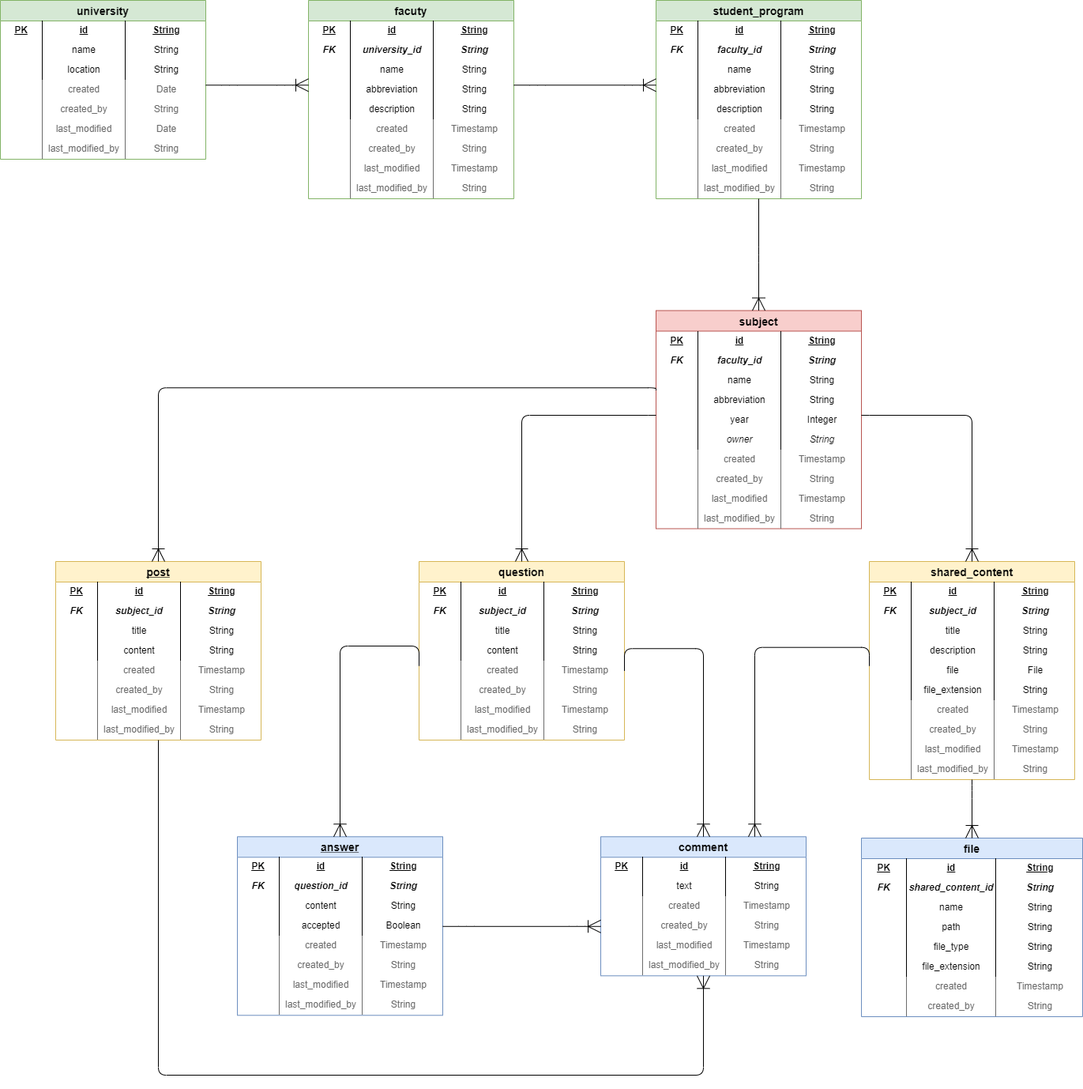
Earlier version of the draw.io export res/img/fri-pointer-db.png (fri-pointer/docs). Source tidied: cells renumbered, new cells last; positions are measured from the earlier drawing's top-left corner, leaving out a move shared by most shapes.
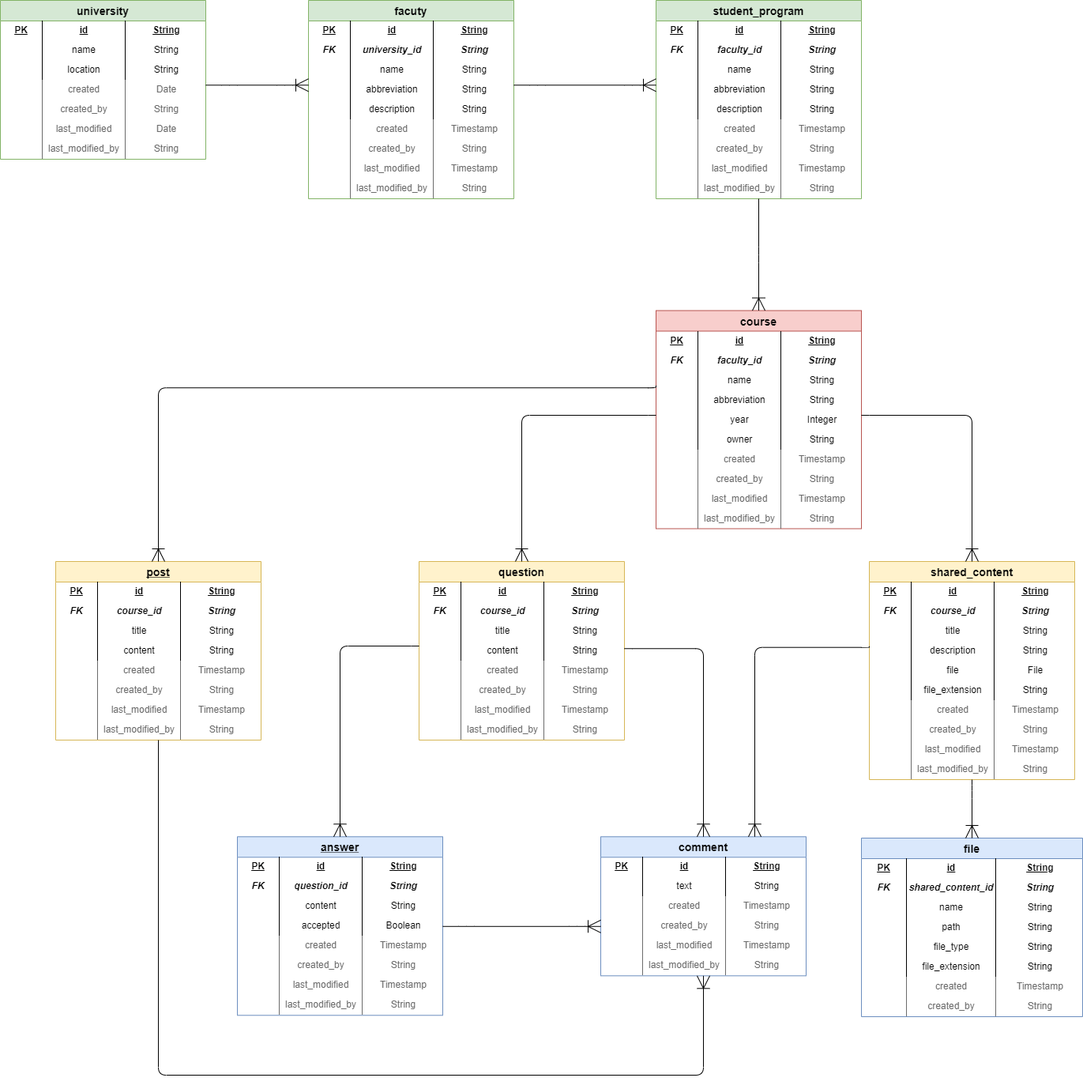
Above is the later version.

Commit message:
Diagram lines fixed

What changed in the source:
```diff
@@ -53,7 +53,7 @@
     <mxCell id="18" value="&lt;table style=&quot;width: 100% ; height: 100% ; border-collapse: collapse&quot; width=&quot;100%&quot;&gt;&lt;tbody&gt;&lt;tr&gt;&lt;td width=&quot;20%&quot; align=&quot;center&quot;&gt;&lt;br&gt;&lt;/td&gt;&lt;td style=&quot;border-left: 1px solid ; border-right: 1px solid&quot; width=&quot;40%&quot; align=&quot;center&quot;&gt;last_modified_by&lt;/td&gt;&lt;td width=&quot;40%&quot; align=&quot;center&quot;&gt;String&lt;br&gt;&lt;/td&gt;&lt;/tr&gt;&lt;/tbody&gt;&lt;/table&gt;" style="text;html=1;overflow=fill;rounded=0;shadow=0;glass=0;align=left;fontColor=#6B6B6B;" parent="9" vertex="1">
       <mxGeometry y="226" width="260" height="25" as="geometry" />
     </mxCell>
-    <mxCell id="19" value="subject" style="swimlane;fontStyle=1;horizontal=1;startSize=26;fillColor=#f8cecc;swimlaneFillColor=#ffffff;align=center;fontSize=14;rounded=0;shadow=0;glass=0;strokeWidth=1;strokeColor=#b85450;" parent="1" vertex="1">
+    <mxCell id="19" value="course" style="swimlane;fontStyle=1;horizontal=1;startSize=26;fillColor=#f8cecc;swimlaneFillColor=#ffffff;align=center;fontSize=14;rounded=0;shadow=0;glass=0;strokeWidth=1;strokeColor=#b85450;" parent="1" vertex="1">
       <mxGeometry x="830" y="392.5" width="260" height="276" as="geometry" />
     </mxCell>
     <mxCell id="20" value="&lt;table style=&quot;width: 100% ; height: 100% ; border-collapse: collapse&quot; width=&quot;100%&quot;&gt;&lt;tbody&gt;&lt;tr&gt;&lt;td width=&quot;20%&quot; align=&quot;center&quot;&gt;&lt;b&gt;PK&lt;br&gt;&lt;/b&gt;&lt;/td&gt;&lt;td style=&quot;border-left: 1px solid ; border-right: 1px solid&quot; width=&quot;40%&quot; align=&quot;center&quot;&gt;&lt;b&gt;id&lt;br&gt;&lt;/b&gt;&lt;/td&gt;&lt;td width=&quot;40%&quot; align=&quot;center&quot;&gt;&lt;b&gt;String&lt;br&gt;&lt;/b&gt;&lt;/td&gt;&lt;/tr&gt;&lt;/tbody&gt;&lt;/table&gt;" style="text;html=1;strokeColor=none;fillColor=none;overflow=fill;rounded=0;shadow=0;glass=0;align=left;fontStyle=4;" parent="19" vertex="1">
@@ -71,7 +71,7 @@
     <mxCell id="24" value="&lt;table style=&quot;width: 100% ; height: 100% ; border-collapse: collapse&quot; width=&quot;100%&quot;&gt;&lt;tbody&gt;&lt;tr&gt;&lt;td width=&quot;20%&quot; align=&quot;center&quot;&gt;&lt;br&gt;&lt;/td&gt;&lt;td style=&quot;border-left: 1px solid ; border-right: 1px solid&quot; width=&quot;40%&quot; align=&quot;center&quot;&gt;year&lt;/td&gt;&lt;td width=&quot;40%&quot; align=&quot;center&quot;&gt;Integer&lt;br&gt;&lt;/td&gt;&lt;/tr&gt;&lt;/tbody&gt;&lt;/table&gt;" style="text;html=1;strokeColor=none;fillColor=none;overflow=fill;rounded=0;shadow=0;glass=0;align=left;" parent="19" vertex="1">
       <mxGeometry y="126" width="260" height="25" as="geometry" />
     </mxCell>
-    <mxCell id="25" value="&lt;table style=&quot;width: 100% ; height: 100% ; border-collapse: collapse&quot; width=&quot;100%&quot;&gt;&lt;tbody&gt;&lt;tr&gt;&lt;td width=&quot;20%&quot; align=&quot;center&quot;&gt;&lt;br&gt;&lt;/td&gt;&lt;td style=&quot;border-left: 1px solid ; border-right: 1px solid&quot; width=&quot;40%&quot; align=&quot;center&quot;&gt;&lt;span&gt;owner&lt;/span&gt;&lt;br&gt;&lt;/td&gt;&lt;td width=&quot;40%&quot; align=&quot;center&quot;&gt;&lt;span&gt;String&lt;/span&gt;&lt;br&gt;&lt;/td&gt;&lt;/tr&gt;&lt;/tbody&gt;&lt;/table&gt;" style="text;html=1;strokeColor=none;fillColor=none;overflow=fill;rounded=0;shadow=0;glass=0;align=left;fontStyle=2;" parent="19" vertex="1">
+    <mxCell id="25" value="&lt;table style=&quot;width: 100% ; height: 100% ; border-collapse: collapse&quot; width=&quot;100%&quot;&gt;&lt;tbody&gt;&lt;tr&gt;&lt;td width=&quot;20%&quot; align=&quot;center&quot;&gt;&lt;br&gt;&lt;/td&gt;&lt;td style=&quot;border-left: 1px solid ; border-right: 1px solid&quot; width=&quot;40%&quot; align=&quot;center&quot;&gt;&lt;span&gt;owner&lt;/span&gt;&lt;br&gt;&lt;/td&gt;&lt;td width=&quot;40%&quot; align=&quot;center&quot;&gt;&lt;span&gt;String&lt;/span&gt;&lt;br&gt;&lt;/td&gt;&lt;/tr&gt;&lt;/tbody&gt;&lt;/table&gt;" style="text;html=1;strokeColor=none;fillColor=none;overflow=fill;rounded=0;shadow=0;glass=0;align=left;fontStyle=0;" parent="19" vertex="1">
       <mxGeometry y="151" width="260" height="25" as="geometry" />
     </mxCell>
     <mxCell id="26" value="&lt;table style=&quot;width: 100% ; height: 100% ; border-collapse: collapse&quot; width=&quot;100%&quot;&gt;&lt;tbody&gt;&lt;tr&gt;&lt;td width=&quot;20%&quot; align=&quot;center&quot;&gt;&lt;br&gt;&lt;/td&gt;&lt;td style=&quot;border-left: 1px solid ; border-right: 1px solid&quot; width=&quot;40%&quot; align=&quot;center&quot;&gt;created&lt;br&gt;&lt;/td&gt;&lt;td width=&quot;40%&quot; align=&quot;center&quot;&gt;Timestamp&lt;br&gt;&lt;/td&gt;&lt;/tr&gt;&lt;/tbody&gt;&lt;/table&gt;" style="text;html=1;strokeColor=none;fillColor=none;overflow=fill;rounded=0;shadow=0;glass=0;align=left;fontColor=#6B6B6B;" parent="19" vertex="1">
@@ -119,7 +119,7 @@
     <mxCell id="40" value="&lt;table style=&quot;width: 100% ; height: 100% ; border-collapse: collapse&quot; width=&quot;100%&quot;&gt;&lt;tbody&gt;&lt;tr&gt;&lt;td width=&quot;20%&quot; align=&quot;center&quot;&gt;&lt;b&gt;PK&lt;br&gt;&lt;/b&gt;&lt;/td&gt;&lt;td style=&quot;border-left: 1px solid ; border-right: 1px solid&quot; width=&quot;40%&quot; align=&quot;center&quot;&gt;&lt;b&gt;id&lt;br&gt;&lt;/b&gt;&lt;/td&gt;&lt;td width=&quot;40%&quot; align=&quot;center&quot;&gt;&lt;b&gt;String&lt;br&gt;&lt;/b&gt;&lt;/td&gt;&lt;/tr&gt;&lt;/tbody&gt;&lt;/table&gt;" style="text;html=1;strokeColor=none;fillColor=none;overflow=fill;rounded=0;shadow=0;glass=0;align=left;fontStyle=4;" parent="39" vertex="1">
       <mxGeometry y="26" width="260" height="25" as="geometry" />
     </mxCell>
-    <mxCell id="41" value="&lt;table style=&quot;width: 100% ; height: 100% ; border-collapse: collapse&quot; width=&quot;100%&quot;&gt;&lt;tbody&gt;&lt;tr&gt;&lt;td width=&quot;20%&quot; align=&quot;center&quot;&gt;&lt;b&gt;FK&lt;/b&gt;&lt;/td&gt;&lt;td style=&quot;border-left: 1px solid ; border-right: 1px solid&quot; width=&quot;40%&quot; align=&quot;center&quot;&gt;&lt;b&gt;subject_id&lt;br&gt;&lt;/b&gt;&lt;/td&gt;&lt;td width=&quot;40%&quot; align=&quot;center&quot;&gt;&lt;b&gt;String&lt;br&gt;&lt;/b&gt;&lt;/td&gt;&lt;/tr&gt;&lt;/tbody&gt;&lt;/table&gt;" style="text;html=1;strokeColor=none;fillColor=none;overflow=fill;rounded=0;shadow=0;glass=0;align=left;fontStyle=2;" parent="39" vertex="1">
+    <mxCell id="41" value="&lt;table style=&quot;width: 100% ; height: 100% ; border-collapse: collapse&quot; width=&quot;100%&quot;&gt;&lt;tbody&gt;&lt;tr&gt;&lt;td width=&quot;20%&quot; align=&quot;center&quot;&gt;&lt;b&gt;FK&lt;/b&gt;&lt;/td&gt;&lt;td style=&quot;border-left: 1px solid ; border-right: 1px solid&quot; width=&quot;40%&quot; align=&quot;center&quot;&gt;&lt;b&gt;course_id&lt;/b&gt;&lt;/td&gt;&lt;td width=&quot;40%&quot; align=&quot;center&quot;&gt;&lt;b&gt;String&lt;br&gt;&lt;/b&gt;&lt;/td&gt;&lt;/tr&gt;&lt;/tbody&gt;&lt;/table&gt;" style="text;html=1;strokeColor=none;fillColor=none;overflow=fill;rounded=0;shadow=0;glass=0;align=left;fontStyle=2;" parent="39" vertex="1">
       <mxGeometry y="51" width="260" height="25" as="geometry" />
     </mxCell>
     <mxCell id="42" value="&lt;table style=&quot;width: 100% ; height: 100% ; border-collapse: collapse&quot; width=&quot;100%&quot;&gt;&lt;tbody&gt;&lt;tr&gt;&lt;td width=&quot;20%&quot; align=&quot;center&quot;&gt;&lt;br&gt;&lt;/td&gt;&lt;td style=&quot;border-left: 1px solid ; border-right: 1px solid&quot; width=&quot;40%&quot; align=&quot;center&quot;&gt;title&lt;/td&gt;&lt;td width=&quot;40%&quot; align=&quot;center&quot;&gt;String&lt;br&gt;&lt;/td&gt;&lt;/tr&gt;&lt;/tbody&gt;&lt;/table&gt;" style="text;html=1;strokeColor=none;fillColor=none;overflow=fill;rounded=0;shadow=0;glass=0;align=left;" parent="39" vertex="1">
@@ -233,7 +233,7 @@
     <mxCell id="78" value="&lt;table style=&quot;width: 100% ; height: 100% ; border-collapse: collapse&quot; width=&quot;100%&quot;&gt;&lt;tbody&gt;&lt;tr&gt;&lt;td width=&quot;20%&quot; align=&quot;center&quot;&gt;&lt;b&gt;PK&lt;br&gt;&lt;/b&gt;&lt;/td&gt;&lt;td style=&quot;border-left: 1px solid ; border-right: 1px solid&quot; width=&quot;40%&quot; align=&quot;center&quot;&gt;&lt;b&gt;id&lt;br&gt;&lt;/b&gt;&lt;/td&gt;&lt;td width=&quot;40%&quot; align=&quot;center&quot;&gt;&lt;b&gt;String&lt;br&gt;&lt;/b&gt;&lt;/td&gt;&lt;/tr&gt;&lt;/tbody&gt;&lt;/table&gt;" style="text;html=1;strokeColor=none;fillColor=none;overflow=fill;rounded=0;shadow=0;glass=0;align=left;fontStyle=4;" parent="77" vertex="1">
       <mxGeometry y="26" width="260" height="25" as="geometry" />
     </mxCell>
-    <mxCell id="79" value="&lt;table style=&quot;width: 100% ; height: 100% ; border-collapse: collapse&quot; width=&quot;100%&quot;&gt;&lt;tbody&gt;&lt;tr&gt;&lt;td width=&quot;20%&quot; align=&quot;center&quot;&gt;&lt;b&gt;FK&lt;/b&gt;&lt;/td&gt;&lt;td style=&quot;border-left: 1px solid ; border-right: 1px solid&quot; width=&quot;40%&quot; align=&quot;center&quot;&gt;&lt;b&gt;subject_id&lt;br&gt;&lt;/b&gt;&lt;/td&gt;&lt;td width=&quot;40%&quot; align=&quot;center&quot;&gt;&lt;b&gt;String&lt;br&gt;&lt;/b&gt;&lt;/td&gt;&lt;/tr&gt;&lt;/tbody&gt;&lt;/table&gt;" style="text;html=1;strokeColor=none;fillColor=none;overflow=fill;rounded=0;shadow=0;glass=0;align=left;fontStyle=2;" parent="77" vertex="1">
+    <mxCell id="79" value="&lt;table style=&quot;width: 100% ; height: 100% ; border-collapse: collapse&quot; width=&quot;100%&quot;&gt;&lt;tbody&gt;&lt;tr&gt;&lt;td width=&quot;20%&quot; align=&quot;center&quot;&gt;&lt;b&gt;FK&lt;/b&gt;&lt;/td&gt;&lt;td style=&quot;border-left: 1px solid ; border-right: 1px solid&quot; width=&quot;40%&quot; align=&quot;center&quot;&gt;&lt;b&gt;course_id&lt;/b&gt;&lt;/td&gt;&lt;td width=&quot;40%&quot; align=&quot;center&quot;&gt;&lt;b&gt;String&lt;br&gt;&lt;/b&gt;&lt;/td&gt;&lt;/tr&gt;&lt;/tbody&gt;&lt;/table&gt;" style="text;html=1;strokeColor=none;fillColor=none;overflow=fill;rounded=0;shadow=0;glass=0;align=left;fontStyle=2;" parent="77" vertex="1">
       <mxGeometry y="51" width="260" height="25" as="geometry" />
     </mxCell>
     <mxCell id="80" value="&lt;table style=&quot;width: 100% ; height: 100% ; border-collapse: collapse&quot; width=&quot;100%&quot;&gt;&lt;tbody&gt;&lt;tr&gt;&lt;td width=&quot;20%&quot; align=&quot;center&quot;&gt;&lt;br&gt;&lt;/td&gt;&lt;td style=&quot;border-left: 1px solid ; border-right: 1px solid&quot; width=&quot;40%&quot; align=&quot;center&quot;&gt;title&lt;/td&gt;&lt;td width=&quot;40%&quot; align=&quot;center&quot;&gt;String&lt;br&gt;&lt;/td&gt;&lt;/tr&gt;&lt;/tbody&gt;&lt;/table&gt;" style="text;html=1;strokeColor=none;fillColor=none;overflow=fill;rounded=0;shadow=0;glass=0;align=left;" parent="77" vertex="1">
@@ -277,15 +277,16 @@
         </Array>
       </mxGeometry>
     </mxCell>
-    <mxCell id="91" style="edgeStyle=elbowEdgeStyle;fontSize=18;html=1;endArrow=ERoneToMany;labelBorderColor=none;endSize=14;startSize=14;elbow=vertical;entryX=0.5;entryY=0;entryDx=0;entryDy=0;exitX=0;exitY=0.25;exitDx=0;exitDy=0;" parent="1" edge="1" source="82" target="68">
+    <mxCell id="91" style="edgeStyle=elbowEdgeStyle;fontSize=18;html=1;endArrow=ERoneToMany;labelBorderColor=none;endSize=14;startSize=14;elbow=vertical;entryX=0.5;entryY=0;entryDx=0;entryDy=0;exitX=0;exitY=0.25;exitDx=0;exitDy=0;" parent="1" edge="1" source="81" target="68">
       <mxGeometry relative="1" as="geometry">
         <Array as="points">
           <mxPoint x="440" y="817" />
         </Array>
       </mxGeometry>
     </mxCell>
-    <mxCell id="92" style="edgeStyle=elbowEdgeStyle;fontSize=18;html=1;endArrow=ERoneToMany;labelBorderColor=none;endSize=14;startSize=14;elbow=vertical;entryX=0.5;entryY=0;entryDx=0;entryDy=0;exitX=1;exitY=0.5;exitDx=0;exitDy=0;" parent="1" edge="1" source="82" target="2">
+    <mxCell id="92" style="edgeStyle=elbowEdgeStyle;fontSize=18;html=1;endArrow=ERoneToMany;labelBorderColor=none;endSize=14;startSize=14;elbow=vertical;entryX=0.5;entryY=0;entryDx=0;entryDy=0;" parent="1" edge="1" target="2">
       <mxGeometry relative="1" as="geometry">
+        <mxPoint x="790" y="820" as="sourcePoint" />
         <Array as="points">
           <mxPoint x="860" y="820.2" />
         </Array>
@@ -298,7 +299,7 @@
         </Array>
       </mxGeometry>
     </mxCell>
-    <mxCell id="94" style="edgeStyle=elbowEdgeStyle;fontSize=18;html=1;endArrow=ERoneToMany;labelBorderColor=none;endSize=14;startSize=14;elbow=vertical;exitX=0;exitY=0.25;exitDx=0;exitDy=0;entryX=0.75;entryY=0;entryDx=0;entryDy=0;" parent="1" edge="1" source="44" target="2">
+    <mxCell id="94" style="edgeStyle=elbowEdgeStyle;fontSize=18;html=1;endArrow=ERoneToMany;labelBorderColor=none;endSize=14;startSize=14;elbow=vertical;entryX=0.75;entryY=0;entryDx=0;entryDy=0;exitX=0;exitY=0.25;exitDx=0;exitDy=0;" parent="1" edge="1" source="43" target="2">
       <mxGeometry relative="1" as="geometry">
         <Array as="points">
           <mxPoint x="910" y="818.7" />
@@ -314,7 +315,7 @@
     <mxCell id="97" value="&lt;table style=&quot;width: 100% ; height: 100% ; border-collapse: collapse&quot; width=&quot;100%&quot;&gt;&lt;tbody&gt;&lt;tr&gt;&lt;td width=&quot;20%&quot; align=&quot;center&quot;&gt;&lt;b&gt;PK&lt;br&gt;&lt;/b&gt;&lt;/td&gt;&lt;td style=&quot;border-left: 1px solid ; border-right: 1px solid&quot; width=&quot;40%&quot; align=&quot;center&quot;&gt;&lt;b&gt;id&lt;br&gt;&lt;/b&gt;&lt;/td&gt;&lt;td width=&quot;40%&quot; align=&quot;center&quot;&gt;&lt;b&gt;String&lt;br&gt;&lt;/b&gt;&lt;/td&gt;&lt;/tr&gt;&lt;/tbody&gt;&lt;/table&gt;" style="text;html=1;strokeColor=none;fillColor=none;overflow=fill;rounded=0;shadow=0;glass=0;align=left;fontStyle=4;" parent="96" vertex="1">
       <mxGeometry y="26" width="260" height="25" as="geometry" />
     </mxCell>
-    <mxCell id="98" value="&lt;table style=&quot;width: 100% ; height: 100% ; border-collapse: collapse&quot; width=&quot;100%&quot;&gt;&lt;tbody&gt;&lt;tr&gt;&lt;td width=&quot;20%&quot; align=&quot;center&quot;&gt;&lt;b&gt;FK&lt;/b&gt;&lt;/td&gt;&lt;td style=&quot;border-left: 1px solid ; border-right: 1px solid&quot; width=&quot;40%&quot; align=&quot;center&quot;&gt;&lt;b&gt;subject_id&lt;br&gt;&lt;/b&gt;&lt;/td&gt;&lt;td width=&quot;40%&quot; align=&quot;center&quot;&gt;&lt;b&gt;String&lt;br&gt;&lt;/b&gt;&lt;/td&gt;&lt;/tr&gt;&lt;/tbody&gt;&lt;/table&gt;" style="text;html=1;strokeColor=none;fillColor=none;overflow=fill;rounded=0;shadow=0;glass=0;align=left;fontStyle=2;" parent="96" vertex="1">
+    <mxCell id="98" value="&lt;table style=&quot;width: 100% ; height: 100% ; border-collapse: collapse&quot; width=&quot;100%&quot;&gt;&lt;tbody&gt;&lt;tr&gt;&lt;td width=&quot;20%&quot; align=&quot;center&quot;&gt;&lt;b&gt;FK&lt;/b&gt;&lt;/td&gt;&lt;td style=&quot;border-left: 1px solid ; border-right: 1px solid&quot; width=&quot;40%&quot; align=&quot;center&quot;&gt;&lt;b&gt;course_id&lt;br&gt;&lt;/b&gt;&lt;/td&gt;&lt;td width=&quot;40%&quot; align=&quot;center&quot;&gt;&lt;b&gt;String&lt;br&gt;&lt;/b&gt;&lt;/td&gt;&lt;/tr&gt;&lt;/tbody&gt;&lt;/table&gt;" style="text;html=1;strokeColor=none;fillColor=none;overflow=fill;rounded=0;shadow=0;glass=0;align=left;fontStyle=2;" parent="96" vertex="1">
       <mxGeometry y="51" width="260" height="25" as="geometry" />
     </mxCell>
     <mxCell id="99" value="&lt;table style=&quot;width: 100% ; height: 100% ; border-collapse: collapse&quot; width=&quot;100%&quot;&gt;&lt;tbody&gt;&lt;tr&gt;&lt;td width=&quot;20%&quot; align=&quot;center&quot;&gt;&lt;br&gt;&lt;/td&gt;&lt;td style=&quot;border-left: 1px solid ; border-right: 1px solid&quot; width=&quot;40%&quot; align=&quot;center&quot;&gt;title&lt;/td&gt;&lt;td width=&quot;40%&quot; align=&quot;center&quot;&gt;String&lt;br&gt;&lt;/td&gt;&lt;/tr&gt;&lt;/tbody&gt;&lt;/table&gt;" style="text;html=1;strokeColor=none;fillColor=none;overflow=fill;rounded=0;shadow=0;glass=0;align=left;" parent="96" vertex="1">
@@ -335,7 +336,7 @@
     <mxCell id="104" value="&lt;table style=&quot;width: 100% ; height: 100% ; border-collapse: collapse&quot; width=&quot;100%&quot;&gt;&lt;tbody&gt;&lt;tr&gt;&lt;td width=&quot;20%&quot; align=&quot;center&quot;&gt;&lt;br&gt;&lt;/td&gt;&lt;td style=&quot;border-left: 1px solid ; border-right: 1px solid&quot; width=&quot;40%&quot; align=&quot;center&quot;&gt;last_modified_by&lt;/td&gt;&lt;td width=&quot;40%&quot; align=&quot;center&quot;&gt;String&lt;br&gt;&lt;/td&gt;&lt;/tr&gt;&lt;/tbody&gt;&lt;/table&gt;" style="text;html=1;overflow=fill;rounded=0;shadow=0;glass=0;align=left;fontColor=#6B6B6B;" parent="96" vertex="1">
       <mxGeometry y="201" width="260" height="25" as="geometry" />
     </mxCell>
-    <mxCell id="105" style="edgeStyle=elbowEdgeStyle;fontSize=18;html=1;endArrow=ERoneToMany;exitX=0;exitY=0;exitDx=0;exitDy=0;labelBorderColor=none;endSize=14;startSize=14;elbow=vertical;" parent="1" edge="1" source="23" target="96">
+    <mxCell id="105" style="edgeStyle=elbowEdgeStyle;fontSize=18;html=1;endArrow=ERoneToMany;labelBorderColor=none;endSize=14;startSize=14;elbow=vertical;exitX=0;exitY=0.75;exitDx=0;exitDy=0;" parent="1" edge="1" source="22" target="96">
       <mxGeometry relative="1" as="geometry">
         <Array as="points">
           <mxPoint x="500" y="490.2" />
```
